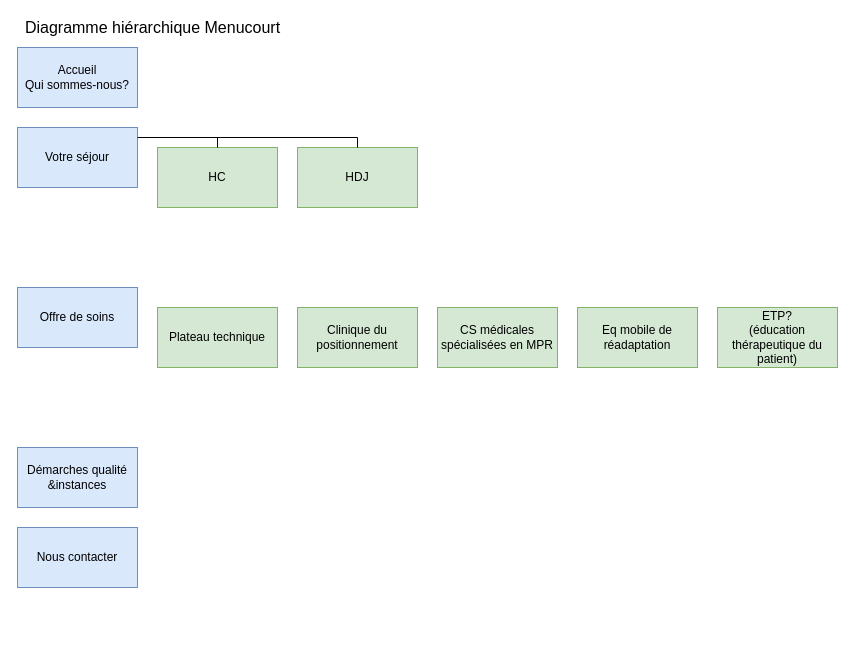
This is Untitled Diagram.drawio from tchouky/tchouky, a draw.io file, before an edit. Source tidied: cells renumbered, new cells numbered last; positions are measured from the earlier drawing's top-left corner, leaving out a move shared by most shapes. Both pictures are drawn from the tidied source at 100%, with x=0, y=0 at pixel (17, 17).
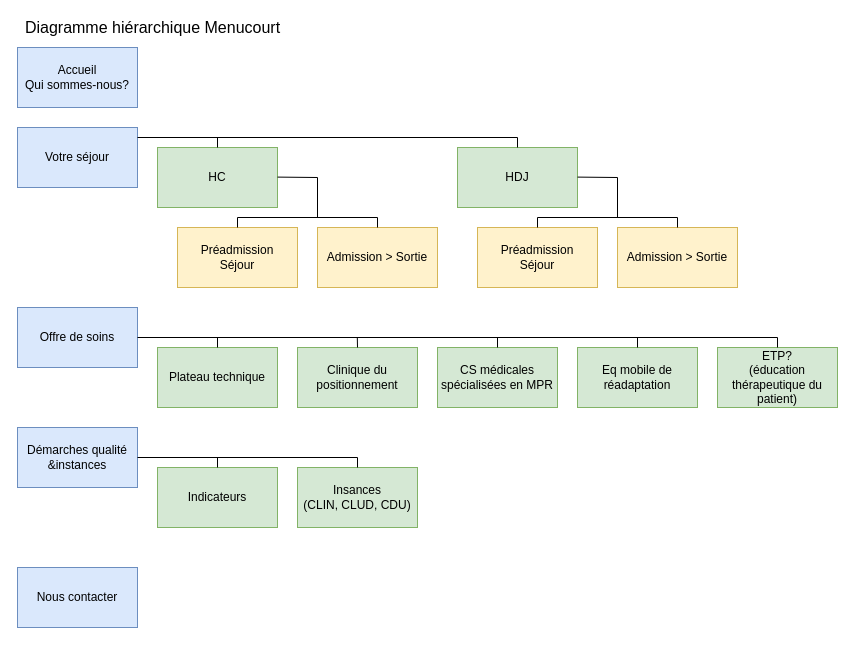
After the change.

The edit, as a diff of the source:
```diff
@@
     <mxCell id="4" value="Offre de soins" style="rounded=0;whiteSpace=wrap;html=1;fillColor=#dae8fc;strokeColor=#6c8ebf;" parent="1" vertex="1">
-      <mxGeometry y="270" width="120" height="60" as="geometry" />
+      <mxGeometry y="290" width="120" height="60" as="geometry" />
     </mxCell>
@@
     <mxCell id="6" value="Démarches qualité &amp;amp;instances" style="rounded=0;whiteSpace=wrap;html=1;fillColor=#dae8fc;strokeColor=#6c8ebf;" parent="1" vertex="1">
-      <mxGeometry y="430" width="120" height="60" as="geometry" />
+      <mxGeometry y="410" width="120" height="60" as="geometry" />
     </mxCell>
     <mxCell id="7" value="Nous contacter" style="rounded=0;whiteSpace=wrap;html=1;fillColor=#dae8fc;strokeColor=#6c8ebf;" parent="1" vertex="1">
-      <mxGeometry y="510" width="120" height="60" as="geometry" />
+      <mxGeometry y="550" width="120" height="60" as="geometry" />
     </mxCell>
@@
     <mxCell id="9" value="HDJ" style="rounded=0;whiteSpace=wrap;html=1;fillColor=#d5e8d4;strokeColor=#82b366;" parent="1" vertex="1">
-      <mxGeometry x="280" y="130" width="120" height="60" as="geometry" />
+      <mxGeometry x="440" y="130" width="120" height="60" as="geometry" />
     </mxCell>
     <mxCell id="10" value="Plateau technique" style="rounded=0;whiteSpace=wrap;html=1;fillColor=#d5e8d4;strokeColor=#82b366;" parent="1" vertex="1">
-      <mxGeometry x="140" y="290" width="120" height="60" as="geometry" />
+      <mxGeometry x="140" y="330" width="120" height="60" as="geometry" />
     </mxCell>
     <mxCell id="11" value="Clinique du positionnement" style="rounded=0;whiteSpace=wrap;html=1;fillColor=#d5e8d4;strokeColor=#82b366;" parent="1" vertex="1">
-      <mxGeometry x="280" y="290" width="120" height="60" as="geometry" />
+      <mxGeometry x="280" y="330" width="120" height="60" as="geometry" />
     </mxCell>
     <mxCell id="12" value="CS médicales spécialisées en MPR" style="rounded=0;whiteSpace=wrap;html=1;fillColor=#d5e8d4;strokeColor=#82b366;" parent="1" vertex="1">
-      <mxGeometry x="420" y="290" width="120" height="60" as="geometry" />
+      <mxGeometry x="420" y="330" width="120" height="60" as="geometry" />
     </mxCell>
     <mxCell id="13" value="Eq mobile de réadaptation" style="rounded=0;whiteSpace=wrap;html=1;fillColor=#d5e8d4;strokeColor=#82b366;" parent="1" vertex="1">
-      <mxGeometry x="560" y="290" width="120" height="60" as="geometry" />
+      <mxGeometry x="560" y="330" width="120" height="60" as="geometry" />
     </mxCell>
     <mxCell id="14" value="&lt;div&gt;ETP?&lt;/div&gt;&lt;div&gt;(éducation thérapeutique du patient)&lt;br&gt;&lt;/div&gt;" style="rounded=0;whiteSpace=wrap;html=1;fillColor=#d5e8d4;strokeColor=#82b366;" parent="1" vertex="1">
-      <mxGeometry x="700" y="290" width="120" height="60" as="geometry" />
+      <mxGeometry x="700" y="330" width="120" height="60" as="geometry" />
     </mxCell>
     <mxCell id="15" style="endArrow=none;html=1;" parent="1" edge="1">
       <mxGeometry relative="1" as="geometry">
         <mxPoint x="120" y="120" as="sourcePoint" />
-        <mxPoint x="340" y="120" as="targetPoint" />
+        <mxPoint x="500" y="120" as="targetPoint" />
       </mxGeometry>
     </mxCell>
@@
-    <mxCell id="17" style="endArrow=none;html=1;exitX=0.5;exitY=0;exitDx=0;exitDy=0;" parent="1" edge="1" source="9">
-      <mxGeometry relative="1" as="geometry">
-        <mxPoint x="340" y="120" as="targetPoint" />
-      </mxGeometry>
-    </mxCell>
+    <mxCell id="18" style="endArrow=none;html=1;" parent="1" edge="1">
+      <mxGeometry relative="1" as="geometry">
+        <mxPoint x="120" y="320" as="sourcePoint" />
+        <mxPoint x="760" y="320" as="targetPoint" />
+      </mxGeometry>
+    </mxCell>
+    <mxCell id="19" style="endArrow=none;html=1;entryX=0.5;entryY=0;entryDx=0;entryDy=0;" parent="1" edge="1" target="10">
+      <mxGeometry relative="1" as="geometry">
+        <mxPoint x="200" y="320" as="sourcePoint" />
+      </mxGeometry>
+    </mxCell>
+    <mxCell id="20" style="endArrow=none;html=1;" parent="1" edge="1">
+      <mxGeometry relative="1" as="geometry">
+        <mxPoint x="339.8" y="320" as="sourcePoint" />
+        <mxPoint x="340" y="330" as="targetPoint" />
+      </mxGeometry>
+    </mxCell>
+    <mxCell id="21" style="endArrow=none;html=1;entryX=0.5;entryY=0;entryDx=0;entryDy=0;" parent="1" edge="1" target="12">
+      <mxGeometry relative="1" as="geometry">
+        <mxPoint x="480" y="320" as="sourcePoint" />
+      </mxGeometry>
+    </mxCell>
+    <mxCell id="22" value="&lt;div&gt;Préadmission&lt;/div&gt;&lt;div&gt;Séjour&lt;br&gt;&lt;/div&gt;" style="rounded=0;whiteSpace=wrap;html=1;fillColor=#fff2cc;strokeColor=#d6b656;" parent="1" vertex="1">
+      <mxGeometry x="160" y="210" width="120" height="60" as="geometry" />
+    </mxCell>
+    <mxCell id="23" value="Admission &amp;gt; Sortie" style="rounded=0;whiteSpace=wrap;html=1;fillColor=#fff2cc;strokeColor=#d6b656;" parent="1" vertex="1">
+      <mxGeometry x="300" y="210" width="120" height="60" as="geometry" />
+    </mxCell>
+    <mxCell id="24" value="&lt;div&gt;Préadmission&lt;/div&gt;&lt;div&gt;Séjour&lt;br&gt;&lt;/div&gt;" style="rounded=0;whiteSpace=wrap;html=1;fillColor=#fff2cc;strokeColor=#d6b656;" parent="1" vertex="1">
+      <mxGeometry x="460" y="210" width="120" height="60" as="geometry" />
+    </mxCell>
+    <mxCell id="25" value="Admission &amp;gt; Sortie" style="rounded=0;whiteSpace=wrap;html=1;fillColor=#fff2cc;strokeColor=#d6b656;" parent="1" vertex="1">
+      <mxGeometry x="600" y="210" width="120" height="60" as="geometry" />
+    </mxCell>
+    <mxCell id="26" style="endArrow=none;html=1;" parent="1" edge="1">
+      <mxGeometry relative="1" as="geometry">
+        <mxPoint x="360" y="200" as="sourcePoint" />
+        <mxPoint x="220" y="200" as="targetPoint" />
+      </mxGeometry>
+    </mxCell>
+    <mxCell id="27" style="endArrow=none;html=1;" parent="1" edge="1">
+      <mxGeometry relative="1" as="geometry">
+        <mxPoint x="300" y="160" as="sourcePoint" />
+        <mxPoint x="260" y="159.6" as="targetPoint" />
+      </mxGeometry>
+    </mxCell>
+    <mxCell id="28" style="endArrow=none;html=1;" parent="1" edge="1">
+      <mxGeometry relative="1" as="geometry">
+        <mxPoint x="300" y="160" as="sourcePoint" />
+        <mxPoint x="300" y="200" as="targetPoint" />
+      </mxGeometry>
+    </mxCell>
+    <mxCell id="29" style="endArrow=none;html=1;exitX=0.5;exitY=0;exitDx=0;exitDy=0;" parent="1" edge="1" source="9">
+      <mxGeometry relative="1" as="geometry">
+        <mxPoint x="500" y="120" as="targetPoint" />
+      </mxGeometry>
+    </mxCell>
+    <mxCell id="30" style="endArrow=none;html=1;exitX=0.5;exitY=0;exitDx=0;exitDy=0;" parent="1" edge="1" source="22">
+      <mxGeometry relative="1" as="geometry">
+        <mxPoint x="220" y="200" as="targetPoint" />
+      </mxGeometry>
+    </mxCell>
+    <mxCell id="31" style="endArrow=none;html=1;exitX=0.5;exitY=0;exitDx=0;exitDy=0;" parent="1" edge="1" source="23">
+      <mxGeometry relative="1" as="geometry">
+        <mxPoint x="360" y="200" as="targetPoint" />
+      </mxGeometry>
+    </mxCell>
+    <mxCell id="32" style="endArrow=none;html=1;" parent="1" edge="1">
+      <mxGeometry relative="1" as="geometry">
+        <mxPoint x="660" y="200" as="sourcePoint" />
+        <mxPoint x="520" y="200" as="targetPoint" />
+      </mxGeometry>
+    </mxCell>
+    <mxCell id="33" style="endArrow=none;html=1;" parent="1" edge="1">
+      <mxGeometry relative="1" as="geometry">
+        <mxPoint x="600" y="160" as="sourcePoint" />
+        <mxPoint x="560" y="159.6" as="targetPoint" />
+      </mxGeometry>
+    </mxCell>
+    <mxCell id="34" style="endArrow=none;html=1;" parent="1" edge="1">
+      <mxGeometry relative="1" as="geometry">
+        <mxPoint x="600" y="160" as="sourcePoint" />
+        <mxPoint x="600" y="200" as="targetPoint" />
+      </mxGeometry>
+    </mxCell>
+    <mxCell id="35" style="endArrow=none;html=1;exitX=0.5;exitY=0;exitDx=0;exitDy=0;" parent="1" edge="1">
+      <mxGeometry relative="1" as="geometry">
+        <mxPoint x="520" y="210" as="sourcePoint" />
+        <mxPoint x="520" y="200" as="targetPoint" />
+      </mxGeometry>
+    </mxCell>
+    <mxCell id="36" style="endArrow=none;html=1;exitX=0.5;exitY=0;exitDx=0;exitDy=0;" parent="1" edge="1">
+      <mxGeometry relative="1" as="geometry">
+        <mxPoint x="660" y="210" as="sourcePoint" />
+        <mxPoint x="660" y="200" as="targetPoint" />
+      </mxGeometry>
+    </mxCell>
+    <mxCell id="37" style="endArrow=none;html=1;entryX=0.5;entryY=0;entryDx=0;entryDy=0;" parent="1" edge="1" target="13">
+      <mxGeometry relative="1" as="geometry">
+        <mxPoint x="620" y="320" as="sourcePoint" />
+      </mxGeometry>
+    </mxCell>
+    <mxCell id="38" style="endArrow=none;html=1;exitX=0.5;exitY=0;exitDx=0;exitDy=0;" parent="1" edge="1" source="14">
+      <mxGeometry relative="1" as="geometry">
+        <mxPoint x="760" y="320" as="targetPoint" />
+      </mxGeometry>
+    </mxCell>
+    <mxCell id="39" value="Indicateurs" style="rounded=0;whiteSpace=wrap;html=1;fillColor=#d5e8d4;strokeColor=#82b366;" parent="1" vertex="1">
+      <mxGeometry x="140" y="450" width="120" height="60" as="geometry" />
+    </mxCell>
+    <mxCell id="40" value="&lt;div&gt;Insances &lt;br&gt;&lt;/div&gt;&lt;div&gt;(CLIN, CLUD, CDU)&lt;/div&gt;" style="rounded=0;whiteSpace=wrap;html=1;fillColor=#d5e8d4;strokeColor=#82b366;" parent="1" vertex="1">
+      <mxGeometry x="280" y="450" width="120" height="60" as="geometry" />
+    </mxCell>
+    <mxCell id="41" style="endArrow=none;html=1;exitX=1;exitY=0.5;exitDx=0;exitDy=0;" parent="1" edge="1" source="6">
+      <mxGeometry relative="1" as="geometry">
+        <mxPoint x="340" y="440" as="targetPoint" />
+      </mxGeometry>
+    </mxCell>
+    <mxCell id="42" style="endArrow=none;html=1;exitX=0.5;exitY=0;exitDx=0;exitDy=0;" parent="1" edge="1" source="40">
+      <mxGeometry relative="1" as="geometry">
+        <mxPoint x="340" y="440" as="targetPoint" />
+      </mxGeometry>
+    </mxCell>
+    <mxCell id="43" style="endArrow=none;html=1;" parent="1" edge="1" source="39">
+      <mxGeometry relative="1" as="geometry">
+        <mxPoint x="200" y="440" as="targetPoint" />
+      </mxGeometry>
+    </mxCell>
```
